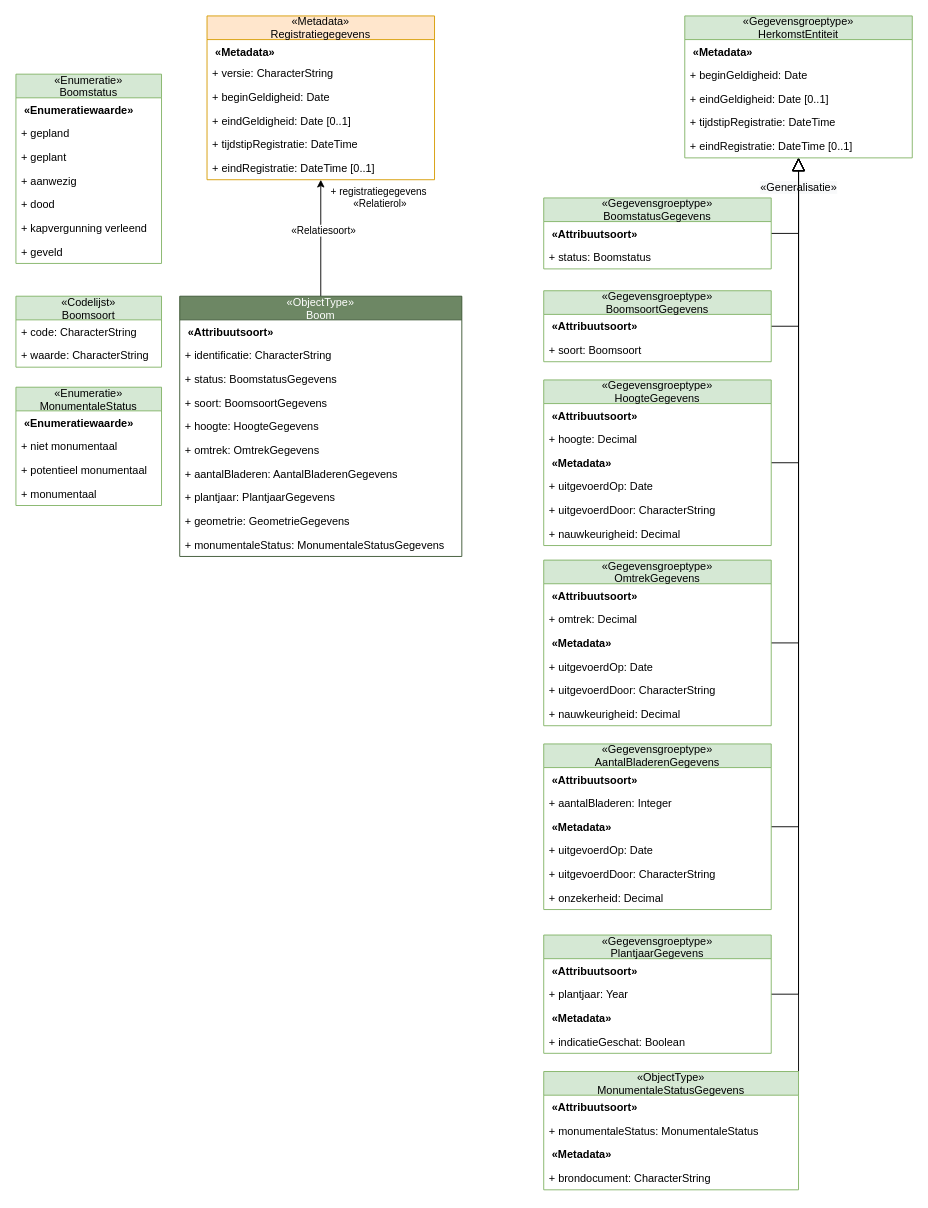
Before: page "uitwerking-D-gegevensmeta" (7 of 7) of casus/imboom/media/imboom.drawio in Geonovum/disgeo-imsor, a draw.io diagram. Source tidied: cells renumbered, new cells numbered last; positions are measured from the earlier drawing's top-left corner, leaving out a move shared by most shapes. Both pictures are drawn from the tidied source at 91%, with x=0, y=0 at pixel (15, 15).
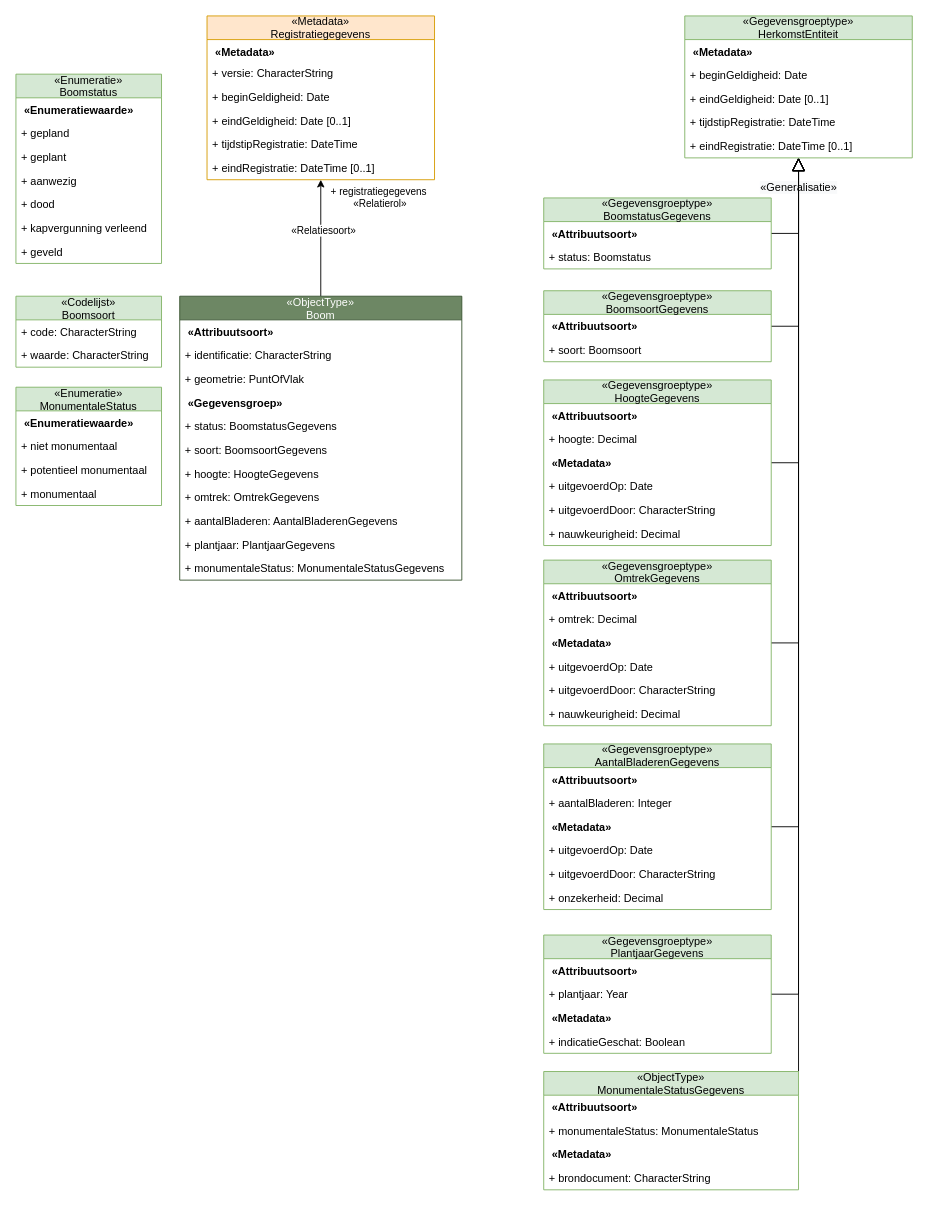
After the change.

Commit message:
fix gegevensgroep stereotype uitwerking D

Diff of the diagram source:
```diff
@@
     <mxCell id="20" value="«ObjectType»&#10;Boom" style="swimlane;fontStyle=0;horizontal=1;startSize=26;fillColor=#6d8764;strokeColor=#3A5431;fontColor=#ffffff;" parent="1" vertex="1">
-      <mxGeometry x="180" y="308" width="310" height="286" as="geometry" />
+      <mxGeometry x="180" y="308" width="310" height="312" as="geometry" />
     </mxCell>
@@
+    <mxCell id="29" value="+ geometrie: PuntOfVlak" style="text;strokeColor=none;fillColor=none;align=left;verticalAlign=top;spacingLeft=4;spacingRight=4;overflow=hidden;" parent="20" vertex="1">
+      <mxGeometry y="78" width="310" height="26" as="geometry" />
+    </mxCell>
+    <mxCell id="88" value=" «Gegevensgroep»" style="text;strokeColor=none;fillColor=none;align=left;verticalAlign=top;spacingLeft=4;spacingRight=4;overflow=hidden;fontStyle=1;" parent="20" vertex="1">
+      <mxGeometry y="104" width="310" height="26" as="geometry" />
+    </mxCell>
     <mxCell id="23" value="+ status: BoomstatusGegevens" style="text;strokeColor=none;fillColor=none;align=left;verticalAlign=top;spacingLeft=4;spacingRight=4;overflow=hidden;" parent="20" vertex="1">
-      <mxGeometry y="78" width="310" height="26" as="geometry" />
+      <mxGeometry y="130" width="310" height="26" as="geometry" />
     </mxCell>
     <mxCell id="24" value="+ soort: BoomsoortGegevens" style="text;strokeColor=none;fillColor=none;align=left;verticalAlign=top;spacingLeft=4;spacingRight=4;overflow=hidden;" parent="20" vertex="1">
-      <mxGeometry y="104" width="310" height="26" as="geometry" />
+      <mxGeometry y="156" width="310" height="26" as="geometry" />
     </mxCell>
     <mxCell id="25" value="+ hoogte: HoogteGegevens" style="text;strokeColor=none;fillColor=none;align=left;verticalAlign=top;spacingLeft=4;spacingRight=4;overflow=hidden;" parent="20" vertex="1">
-      <mxGeometry y="130" width="310" height="26" as="geometry" />
+      <mxGeometry y="182" width="310" height="26" as="geometry" />
     </mxCell>
     <mxCell id="26" value="+ omtrek: OmtrekGegevens" style="text;strokeColor=none;fillColor=none;align=left;verticalAlign=top;spacingLeft=4;spacingRight=4;overflow=hidden;" parent="20" vertex="1">
-      <mxGeometry y="156" width="310" height="26" as="geometry" />
+      <mxGeometry y="208" width="310" height="26" as="geometry" />
     </mxCell>
     <mxCell id="27" value="+ aantalBladeren: AantalBladerenGegevens" style="text;strokeColor=none;fillColor=none;align=left;verticalAlign=top;spacingLeft=4;spacingRight=4;overflow=hidden;" parent="20" vertex="1">
-      <mxGeometry y="182" width="310" height="26" as="geometry" />
+      <mxGeometry y="234" width="310" height="26" as="geometry" />
     </mxCell>
     <mxCell id="28" value="+ plantjaar: PlantjaarGegevens" style="text;strokeColor=none;fillColor=none;align=left;verticalAlign=top;spacingLeft=4;spacingRight=4;overflow=hidden;" parent="20" vertex="1">
-      <mxGeometry y="208" width="310" height="26" as="geometry" />
+      <mxGeometry y="260" width="310" height="26" as="geometry" />
     </mxCell>
-    <mxCell id="29" value="+ geometrie: GeometrieGegevens" style="text;strokeColor=none;fillColor=none;align=left;verticalAlign=top;spacingLeft=4;spacingRight=4;overflow=hidden;" parent="20" vertex="1">
-      <mxGeometry y="234" width="310" height="26" as="geometry" />
-    </mxCell>
     <mxCell id="30" value="+ monumentaleStatus: MonumentaleStatusGegevens" style="text;strokeColor=none;fillColor=none;align=left;verticalAlign=top;spacingLeft=4;spacingRight=4;overflow=hidden;" parent="20" vertex="1">
-      <mxGeometry y="260" width="310" height="26" as="geometry" />
+      <mxGeometry y="286" width="310" height="26" as="geometry" />
     </mxCell>
```
